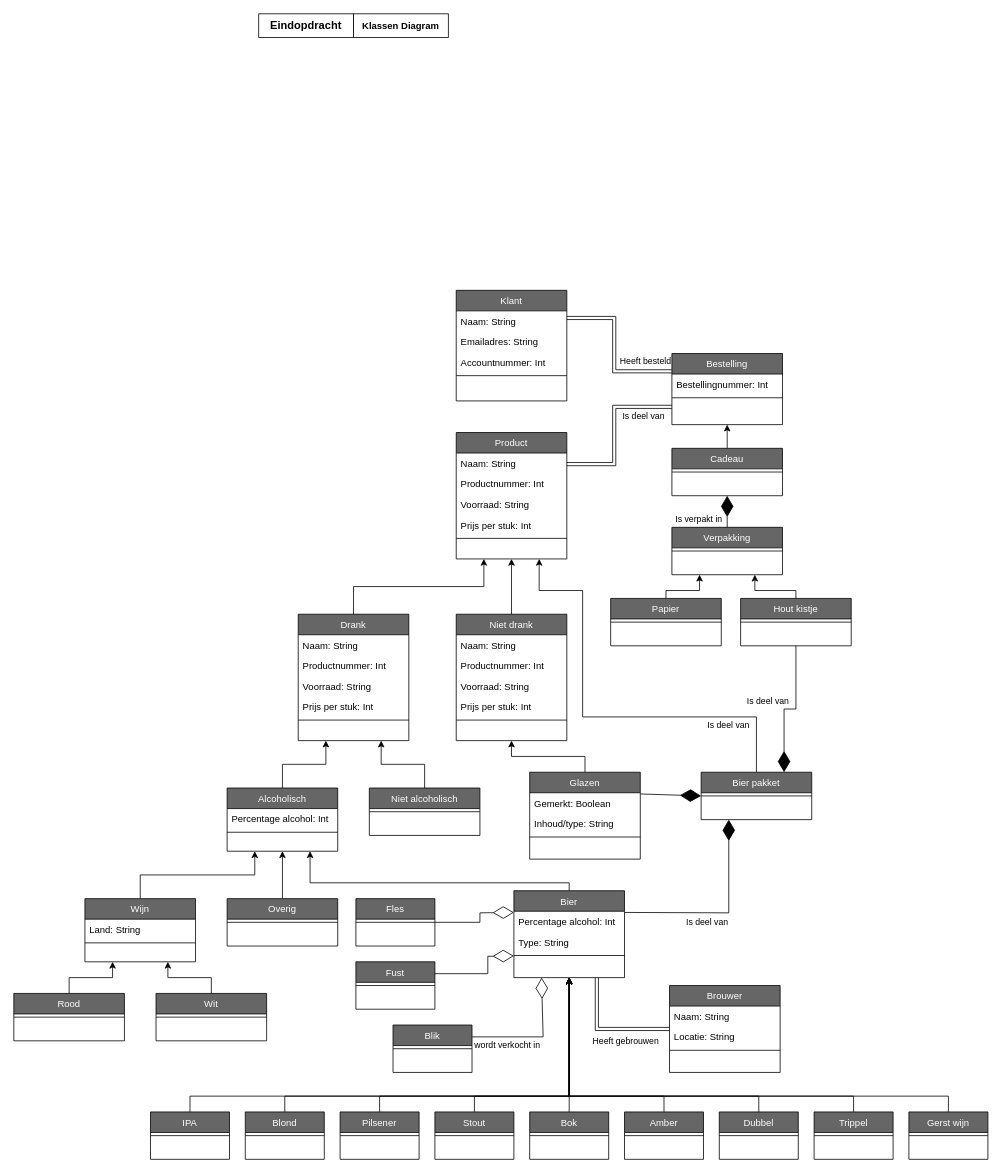
This is page "Class_diagram" (5 of 5) of ProcesanalyseEindopdracht.drawio from EMB20/Procesanalyse, a draw.io file, before an edit. Source tidied: cells renumbered, new cells numbered last; positions are measured from the earlier drawing's top-left corner, leaving out a move shared by most shapes. Both pictures are drawn from the tidied source at 79%, with x=0, y=0 at pixel (13, 13).
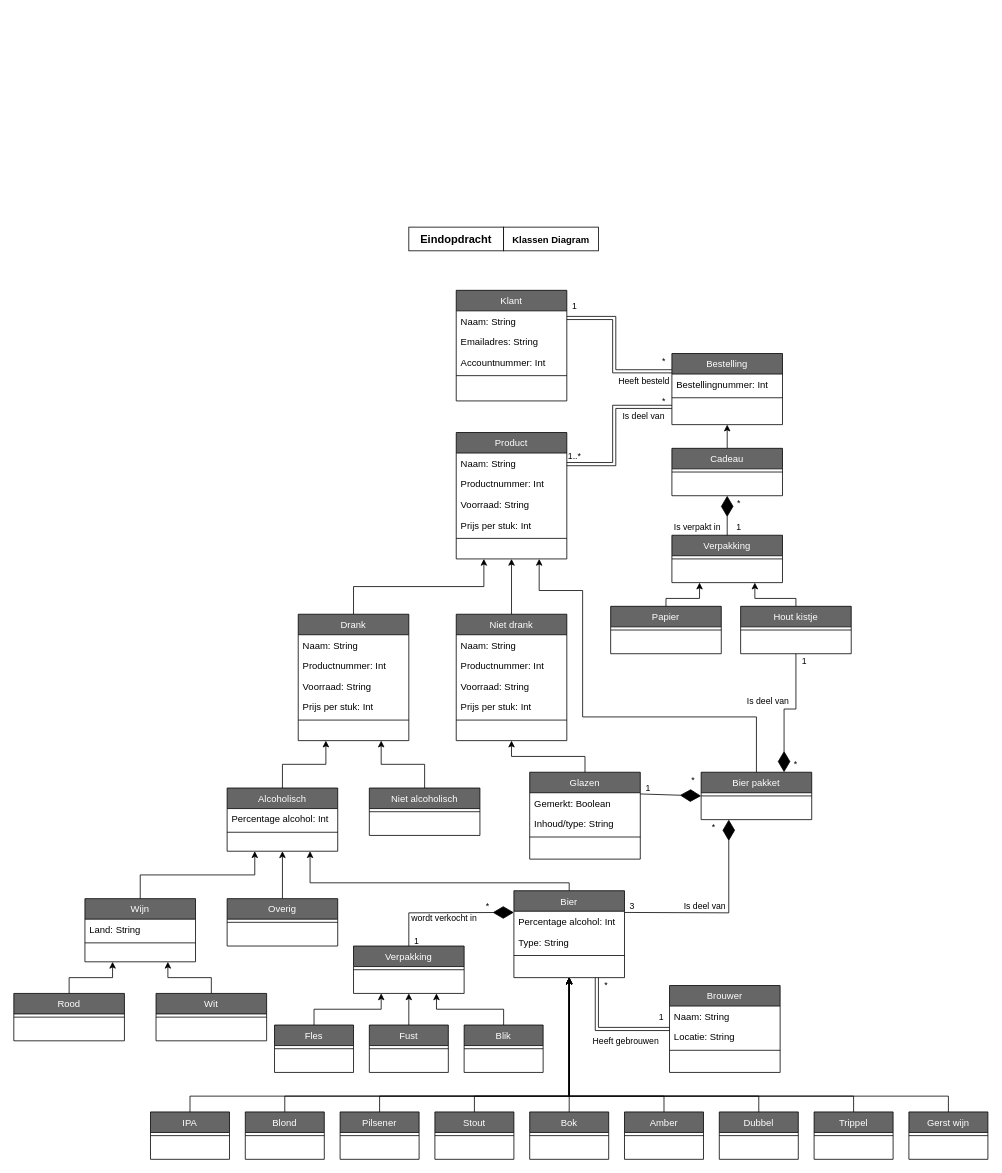
After the change.

Unchanged cells that the change refers to:
```xml
<mxCell id="42" value="Bier" style="swimlane;fontStyle=0;align=center;verticalAlign=top;horizontal=1;startSize=26;rounded=0;shadow=0;strokeWidth=1;fillColor=#666666;fontColor=#FFFFFF;" parent="1" vertex="1">
  <mxGeometry x="633" y="1110" width="140" height="110" as="geometry" />
</mxCell>
```

What changed in the source:
```diff
@@
     <mxCell id="2" value="Is verpakt in" style="text;html=1;align=center;verticalAlign=middle;whiteSpace=wrap;rounded=0;fontSize=11;" parent="1" vertex="1">
-      <mxGeometry x="830" y="630" width="75" height="20" as="geometry" />
+      <mxGeometry x="827.5" y="640" width="75" height="20" as="geometry" />
     </mxCell>
     <mxCell id="3" value="Eindopdracht" style="text;html=1;align=center;verticalAlign=middle;whiteSpace=wrap;rounded=0;fontStyle=1;fontSize=14;fillColor=default;strokeColor=default;perimeterSpacing=0;" parent="1" vertex="1">
-      <mxGeometry x="310" width="120" height="30" as="geometry" />
+      <mxGeometry x="500" y="270" width="120" height="30" as="geometry" />
     </mxCell>
     <mxCell id="4" value="&lt;font style=&quot;font-size: 12px;&quot;&gt;Klassen Diagram&lt;/font&gt;" style="text;html=1;align=center;verticalAlign=middle;whiteSpace=wrap;rounded=0;fontStyle=1;fontSize=14;fillColor=default;strokeColor=default;" parent="1" vertex="1">
-      <mxGeometry x="430" width="120" height="30" as="geometry" />
+      <mxGeometry x="620" y="270" width="120" height="30" as="geometry" />
     </mxCell>
@@
+    <mxCell id="131" style="edgeStyle=orthogonalEdgeStyle;rounded=0;jettySize=auto;html=1;exitX=0.5;exitY=0;exitDx=0;exitDy=0;entryX=0.25;entryY=1;entryDx=0;entryDy=0;" parent="1" edge="1" source="87" target="134">
+      <mxGeometry relative="1" as="geometry" />
+    </mxCell>
     <mxCell id="87" value="Fles" style="swimlane;fontStyle=0;align=center;verticalAlign=top;horizontal=1;startSize=26;rounded=0;shadow=0;strokeWidth=1;fillColor=#666666;fontColor=#FFFFFF;" parent="1" vertex="1">
-      <mxGeometry x="433" y="1120" width="100" height="60" as="geometry" />
+      <mxGeometry x="330" y="1280" width="100" height="60" as="geometry" />
     </mxCell>
@@
+    <mxCell id="132" style="edgeStyle=orthogonalEdgeStyle;rounded=0;jettySize=auto;html=1;exitX=0.5;exitY=0;exitDx=0;exitDy=0;entryX=0.75;entryY=1;entryDx=0;entryDy=0;" parent="1" edge="1" source="89" target="134">
+      <mxGeometry relative="1" as="geometry" />
+    </mxCell>
     <mxCell id="89" value="Blik" style="swimlane;fontStyle=0;align=center;verticalAlign=top;horizontal=1;startSize=26;rounded=0;shadow=0;strokeWidth=1;fillColor=#666666;fontColor=#FFFFFF;" parent="1" vertex="1">
-      <mxGeometry x="480" y="1280" width="100" height="60" as="geometry" />
+      <mxGeometry x="570" y="1280" width="100" height="60" as="geometry" />
     </mxCell>
@@
+    <mxCell id="133" style="edgeStyle=orthogonalEdgeStyle;rounded=0;jettySize=auto;html=1;exitX=0.5;exitY=0;exitDx=0;exitDy=0;entryX=0.5;entryY=1;entryDx=0;entryDy=0;" parent="1" edge="1" source="91" target="134">
+      <mxGeometry relative="1" as="geometry" />
+    </mxCell>
     <mxCell id="91" value="Fust" style="swimlane;fontStyle=0;align=center;verticalAlign=top;horizontal=1;startSize=26;rounded=0;shadow=0;strokeWidth=1;fillColor=#666666;fontColor=#FFFFFF;" parent="1" vertex="1">
-      <mxGeometry x="433" y="1200" width="100" height="60" as="geometry" />
+      <mxGeometry x="450" y="1280" width="100" height="60" as="geometry" />
     </mxCell>
@@
     <mxCell id="106" value="Heeft besteld" style="text;html=1;align=center;verticalAlign=middle;whiteSpace=wrap;rounded=0;fontSize=11;" parent="1" vertex="1">
-      <mxGeometry x="760" y="430" width="80" height="20" as="geometry" />
+      <mxGeometry x="757.5" y="450" width="80" height="30" as="geometry" />
     </mxCell>
@@
     <mxCell id="108" value="wordt verkocht in" style="text;html=1;align=center;verticalAlign=middle;whiteSpace=wrap;rounded=0;fontSize=11;" parent="1" vertex="1">
-      <mxGeometry x="580" y="1300" width="90" height="10" as="geometry" />
+      <mxGeometry x="500" y="1140" width="90" height="10" as="geometry" />
     </mxCell>
@@
-    <mxCell id="112" style="endArrow=diamondThin;endFill=0;endSize=24;html=1;rounded=0;entryX=0;entryY=0.25;entryDx=0;entryDy=0;exitX=1;exitY=0.5;exitDx=0;exitDy=0;" parent="1" edge="1" source="87" target="42">
-      <mxGeometry relative="1" as="geometry">
-        <Array as="points">
-          <mxPoint x="590" y="1150" />
-          <mxPoint x="590" y="1138" />
-        </Array>
-      </mxGeometry>
-    </mxCell>
-    <mxCell id="113" style="endArrow=diamondThin;endFill=0;endSize=24;html=1;rounded=0;entryX=0;entryY=0.75;entryDx=0;entryDy=0;exitX=1;exitY=0.25;exitDx=0;exitDy=0;" parent="1" edge="1" source="91" target="42">
-      <mxGeometry relative="1" as="geometry">
-        <Array as="points">
-          <mxPoint x="600" y="1215" />
-          <mxPoint x="600" y="1193" />
-        </Array>
-      </mxGeometry>
-    </mxCell>
-    <mxCell id="114" style="endArrow=diamondThin;endFill=0;endSize=24;html=1;rounded=0;entryX=0.25;entryY=1;entryDx=0;entryDy=0;exitX=1;exitY=0.25;exitDx=0;exitDy=0;" parent="1" edge="1" source="89" target="42">
-      <mxGeometry relative="1" as="geometry">
-        <Array as="points">
-          <mxPoint x="670" y="1295" />
-        </Array>
-      </mxGeometry>
-    </mxCell>
@@
     <mxCell id="117" style="edgeStyle=orthogonalEdgeStyle;rounded=0;jettySize=auto;html=1;exitX=0.5;exitY=0;exitDx=0;exitDy=0;entryX=0.25;entryY=1;entryDx=0;entryDy=0;" parent="1" edge="1" source="118" target="123">
       <mxGeometry relative="1" as="geometry">
         <Array as="points">
-          <mxPoint x="826" y="730" />
-          <mxPoint x="868" y="730" />
+          <mxPoint x="826" y="740" />
+          <mxPoint x="868" y="740" />
         </Array>
       </mxGeometry>
     </mxCell>
     <mxCell id="118" value="Papier" style="swimlane;fontStyle=0;align=center;verticalAlign=top;horizontal=1;startSize=26;rounded=0;shadow=0;strokeWidth=1;fillColor=#666666;fontColor=#FFFFFF;" parent="1" vertex="1">
-      <mxGeometry x="755.5" y="740" width="140" height="60" as="geometry" />
+      <mxGeometry x="755.5" y="750" width="140" height="60" as="geometry" />
     </mxCell>
@@
     <mxCell id="120" style="edgeStyle=orthogonalEdgeStyle;rounded=0;jettySize=auto;html=1;exitX=0.5;exitY=0;exitDx=0;exitDy=0;entryX=0.75;entryY=1;entryDx=0;entryDy=0;" parent="1" edge="1" source="121" target="123">
       <mxGeometry relative="1" as="geometry">
         <Array as="points">
-          <mxPoint x="990" y="730" />
-          <mxPoint x="938" y="730" />
+          <mxPoint x="987.5" y="740" />
+          <mxPoint x="935.5" y="740" />
         </Array>
       </mxGeometry>
     </mxCell>
     <mxCell id="121" value="Hout kistje" style="swimlane;fontStyle=0;align=center;verticalAlign=top;horizontal=1;startSize=26;rounded=0;shadow=0;strokeWidth=1;fillColor=#666666;fontColor=#FFFFFF;" parent="1" vertex="1">
-      <mxGeometry x="920" y="740" width="140" height="60" as="geometry" />
+      <mxGeometry x="920" y="750" width="140" height="60" as="geometry" />
     </mxCell>
@@
     <mxCell id="123" value="Verpakking" style="swimlane;fontStyle=0;align=center;verticalAlign=top;horizontal=1;startSize=26;rounded=0;shadow=0;strokeWidth=1;fillColor=#666666;fontColor=#FFFFFF;" parent="1" vertex="1">
-      <mxGeometry x="833" y="650" width="140" height="60" as="geometry" />
+      <mxGeometry x="833" y="660" width="140" height="60" as="geometry" />
     </mxCell>
@@
     <mxCell id="127" value="Is deel van" style="text;html=1;align=center;verticalAlign=middle;whiteSpace=wrap;rounded=0;fontSize=11;" parent="1" vertex="1">
-      <mxGeometry x="833" y="1140" width="90" height="20" as="geometry" />
+      <mxGeometry x="830" y="1120" width="90" height="20" as="geometry" />
     </mxCell>
-    <mxCell id="128" value="Is deel van" style="text;html=1;align=center;verticalAlign=middle;whiteSpace=wrap;rounded=0;fontSize=11;" parent="1" vertex="1">
-      <mxGeometry x="860" y="890" width="90" height="20" as="geometry" />
-    </mxCell>
@@
+    <mxCell id="134" value="Verpakking" style="swimlane;fontStyle=0;align=center;verticalAlign=top;horizontal=1;startSize=26;rounded=0;shadow=0;strokeWidth=1;fillColor=#666666;fontColor=#FFFFFF;" parent="1" vertex="1">
+      <mxGeometry x="430" y="1180" width="140" height="60" as="geometry" />
+    </mxCell>
+    <mxCell id="135" style="line;html=1;strokeWidth=1;align=left;verticalAlign=middle;spacingTop=-1;spacingLeft=3;spacingRight=3;labelPosition=right;" parent="134" vertex="1">
+      <mxGeometry y="26" width="140" height="8" as="geometry" />
+    </mxCell>
+    <mxCell id="136" style="endArrow=diamondThin;endFill=1;endSize=24;html=1;rounded=0;entryX=0;entryY=0.25;entryDx=0;entryDy=0;exitX=0.5;exitY=0;exitDx=0;exitDy=0;" parent="1" edge="1" source="134" target="42">
+      <mxGeometry relative="1" as="geometry">
+        <Array as="points">
+          <mxPoint x="500" y="1138" />
+        </Array>
+      </mxGeometry>
+    </mxCell>
+    <mxCell id="137" value="1" style="text;html=1;align=center;verticalAlign=middle;whiteSpace=wrap;rounded=0;fontSize=11;" parent="1" vertex="1">
+      <mxGeometry x="500" y="1169" width="20" height="10" as="geometry" />
+    </mxCell>
+    <mxCell id="138" value="*" style="text;html=1;align=center;verticalAlign=middle;whiteSpace=wrap;rounded=0;fontSize=11;" parent="1" vertex="1">
+      <mxGeometry x="590" y="1120" width="20" height="20" as="geometry" />
+    </mxCell>
+    <mxCell id="139" value="*" style="text;html=1;align=center;verticalAlign=middle;whiteSpace=wrap;rounded=0;fontSize=11;" parent="1" vertex="1">
+      <mxGeometry x="740" y="1220" width="20" height="20" as="geometry" />
+    </mxCell>
+    <mxCell id="140" value="1" style="text;html=1;align=center;verticalAlign=middle;whiteSpace=wrap;rounded=0;fontSize=11;" parent="1" vertex="1">
+      <mxGeometry x="810" y="1260" width="20" height="20" as="geometry" />
+    </mxCell>
+    <mxCell id="141" value="3" style="text;html=1;align=center;verticalAlign=middle;whiteSpace=wrap;rounded=0;fontSize=11;" parent="1" vertex="1">
+      <mxGeometry x="773" y="1120" width="20" height="20" as="geometry" />
+    </mxCell>
+    <mxCell id="142" value="*" style="text;html=1;align=center;verticalAlign=middle;whiteSpace=wrap;rounded=0;fontSize=11;" parent="1" vertex="1">
+      <mxGeometry x="875.5" y="1020" width="20" height="20" as="geometry" />
+    </mxCell>
+    <mxCell id="143" value="*" style="text;html=1;align=center;verticalAlign=middle;whiteSpace=wrap;rounded=0;fontSize=11;" parent="1" vertex="1">
+      <mxGeometry x="850" y="960" width="20" height="20" as="geometry" />
+    </mxCell>
+    <mxCell id="144" value="*" style="text;html=1;align=center;verticalAlign=middle;whiteSpace=wrap;rounded=0;fontSize=11;" parent="1" vertex="1">
+      <mxGeometry x="980" y="940" width="20" height="20" as="geometry" />
+    </mxCell>
+    <mxCell id="145" value="1" style="text;html=1;align=center;verticalAlign=middle;whiteSpace=wrap;rounded=0;fontSize=11;" parent="1" vertex="1">
+      <mxGeometry x="793" y="970" width="20" height="20" as="geometry" />
+    </mxCell>
+    <mxCell id="146" value="1" style="text;html=1;align=center;verticalAlign=middle;whiteSpace=wrap;rounded=0;fontSize=11;" parent="1" vertex="1">
+      <mxGeometry x="990.5" y="810" width="20" height="20" as="geometry" />
+    </mxCell>
+    <mxCell id="147" value="1" style="text;html=1;align=center;verticalAlign=middle;whiteSpace=wrap;rounded=0;fontSize=11;" parent="1" vertex="1">
+      <mxGeometry x="907.5" y="640" width="20" height="20" as="geometry" />
+    </mxCell>
+    <mxCell id="148" value="*" style="text;html=1;align=center;verticalAlign=middle;whiteSpace=wrap;rounded=0;fontSize=11;" parent="1" vertex="1">
+      <mxGeometry x="907.5" y="610" width="20" height="20" as="geometry" />
+    </mxCell>
+    <mxCell id="149" value="1..*" style="text;html=1;align=center;verticalAlign=middle;whiteSpace=wrap;rounded=0;fontSize=11;" parent="1" vertex="1">
+      <mxGeometry x="700" y="550" width="20" height="20" as="geometry" />
+    </mxCell>
+    <mxCell id="150" value="*" style="text;html=1;align=center;verticalAlign=middle;whiteSpace=wrap;rounded=0;fontSize=11;" parent="1" vertex="1">
+      <mxGeometry x="813" y="480" width="20" height="20" as="geometry" />
+    </mxCell>
+    <mxCell id="151" value="*" style="text;html=1;align=center;verticalAlign=middle;whiteSpace=wrap;rounded=0;fontSize=11;" parent="1" vertex="1">
+      <mxGeometry x="813" y="430" width="20" height="20" as="geometry" />
+    </mxCell>
+    <mxCell id="152" value="1" style="text;html=1;align=center;verticalAlign=middle;whiteSpace=wrap;rounded=0;fontSize=11;" parent="1" vertex="1">
+      <mxGeometry x="700" y="360" width="20" height="20" as="geometry" />
+    </mxCell>
```
